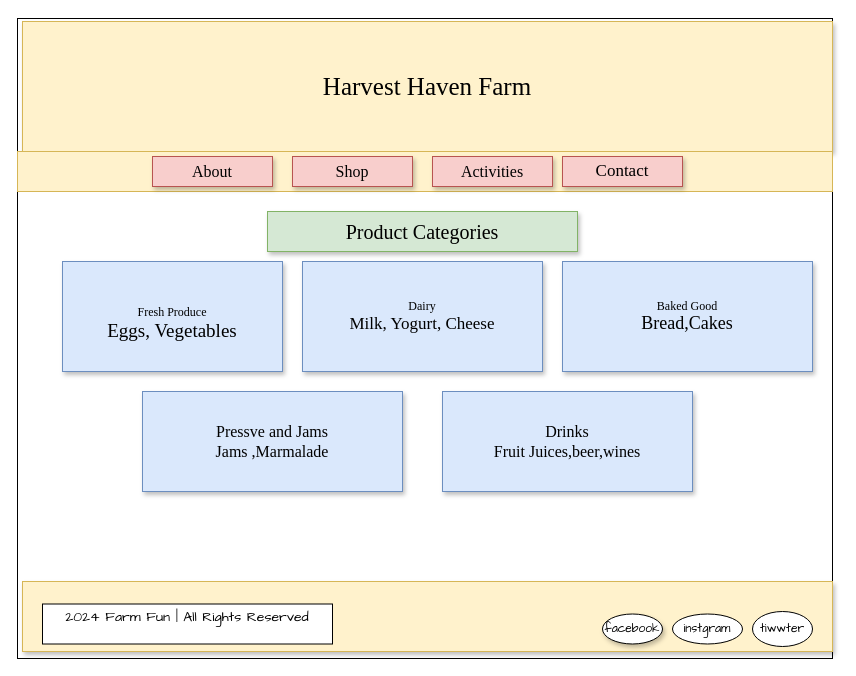
Before: page "shop_Page" (2 of 6) of documentation/Haven_harvest_farm.drawio in vijayasharma11/harvest-haven-farm, a draw.io diagram. Source tidied: cells renumbered, new cells numbered last; positions are measured from the earlier drawing's top-left corner, leaving out a move shared by most shapes. Both pictures are drawn from the tidied source at 100%, with x=0, y=0 at pixel (17, 18).
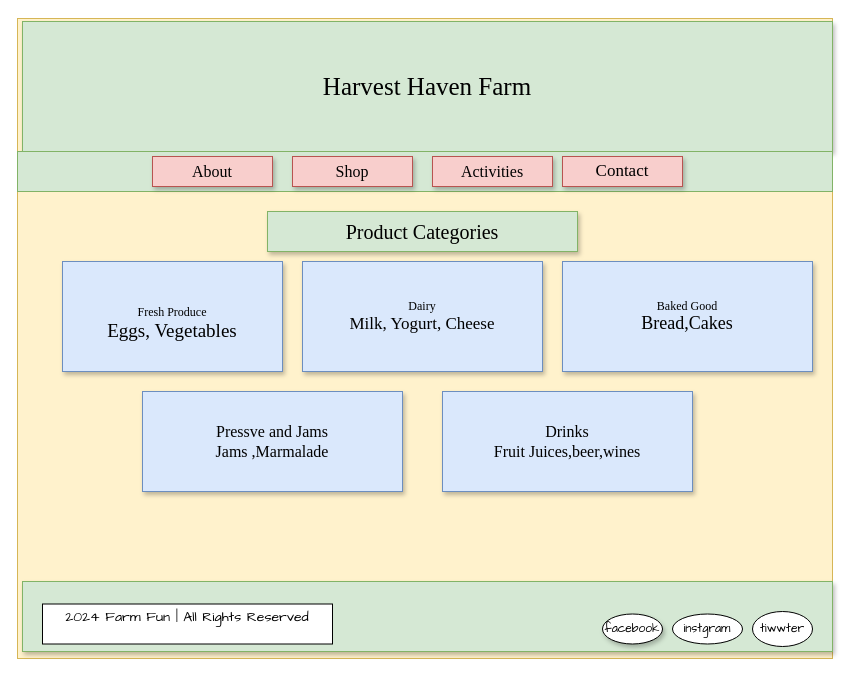
The same page after the edit.

What changed in the source:
```diff
@@
-    <mxCell id="2" style="rounded=0;whiteSpace=wrap;html=1;hachureGap=4;fontFamily=Architects Daughter;labelBackgroundColor=none;labelBorderColor=none;textShadow=0;" parent="1" vertex="1">
+    <mxCell id="2" style="rounded=0;whiteSpace=wrap;html=1;hachureGap=4;fontFamily=Architects Daughter;labelBackgroundColor=none;labelBorderColor=none;textShadow=0;fillColor=#fff2cc;strokeColor=#d6b656;" parent="1" vertex="1">
       <mxGeometry width="815" height="640" as="geometry" />
     </mxCell>
-    <mxCell id="3" value="&lt;font style=&quot;font-size: 25px;&quot;&gt;Harvest Haven Farm&lt;/font&gt;" style="rounded=0;whiteSpace=wrap;html=1;hachureGap=4;fontFamily=Times New Roman;labelBackgroundColor=none;fillColor=#fff2cc;strokeColor=#d6b656;shadow=1;" parent="1" vertex="1">
+    <mxCell id="3" value="&lt;font style=&quot;font-size: 25px;&quot;&gt;Harvest Haven Farm&lt;/font&gt;" style="rounded=0;whiteSpace=wrap;html=1;hachureGap=4;fontFamily=Times New Roman;labelBackgroundColor=none;fillColor=#d5e8d4;strokeColor=#82b366;shadow=1;" parent="1" vertex="1">
       <mxGeometry x="5" y="3" width="810" height="130" as="geometry" />
     </mxCell>
@@
-    <mxCell id="8" style="rounded=0;whiteSpace=wrap;html=1;hachureGap=4;fontFamily=Architects Daughter;labelBackgroundColor=none;fillColor=#fff2cc;strokeColor=#d6b656;glass=0;shadow=1;" parent="1" vertex="1">
+    <mxCell id="8" style="rounded=0;whiteSpace=wrap;html=1;hachureGap=4;fontFamily=Architects Daughter;labelBackgroundColor=none;fillColor=#d5e8d4;strokeColor=#82b366;glass=0;shadow=1;" parent="1" vertex="1">
       <mxGeometry x="5" y="563" width="810" height="70" as="geometry" />
     </mxCell>
@@
-    <mxCell id="16" style="rounded=0;whiteSpace=wrap;html=1;hachureGap=4;fontFamily=Architects Daughter;fillColor=#fff2cc;strokeColor=#d6b656;" parent="1" vertex="1">
+    <mxCell id="16" style="rounded=0;whiteSpace=wrap;html=1;hachureGap=4;fontFamily=Architects Daughter;fillColor=#d5e8d4;strokeColor=#82b366;" parent="1" vertex="1">
       <mxGeometry y="133" width="815" height="40" as="geometry" />
     </mxCell>
```
